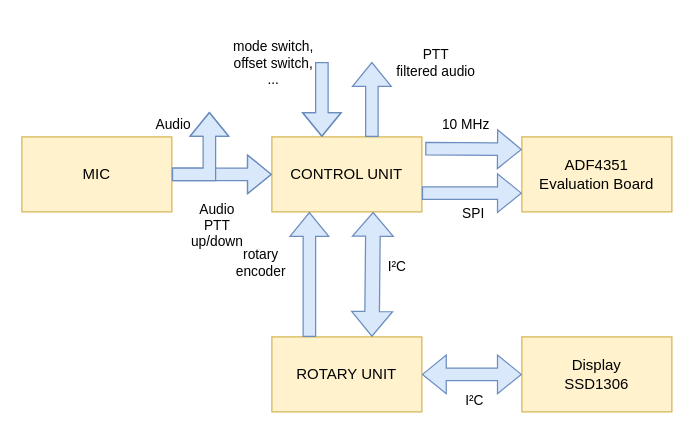
The draw.io diagram overview.drawio in michaelgroni/tr-pll7, before the edit. Source tidied: cells renumbered, new cells numbered last; positions are measured from the earlier drawing's top-left corner, leaving out a move shared by most shapes. Both pictures are drawn from the tidied source at 125%, with x=0, y=0 at pixel (21, 61).
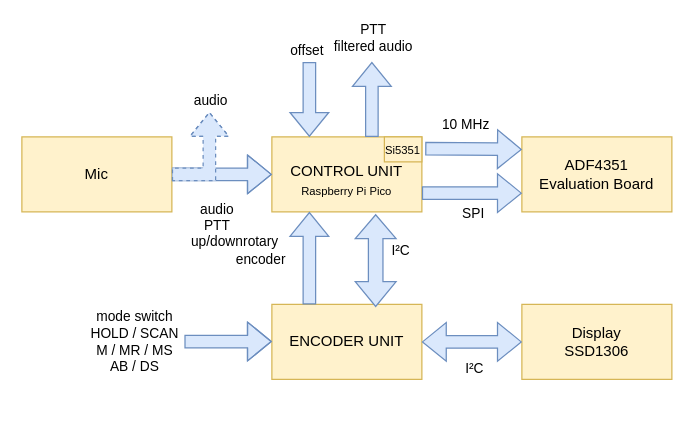
Above is the later version.

Commit message:
block diagramm updated

Unchanged cells that the change refers to:
```xml
<mxCell id="17" style="shape=flexArrow;endArrow=classic;html=1;rounded=0;exitX=1;exitY=0.5;exitDx=0;exitDy=0;entryX=0;entryY=0.5;entryDx=0;entryDy=0;fillColor=#dae8fc;strokeColor=#6c8ebf;" parent="1" edge="1" source="16" target="2">
  <mxGeometry relative="1" as="geometry">
    <Array as="points">
      <mxPoint x="160" y="90" />
      <mxPoint x="170" y="90" />
    </Array>
  </mxGeometry>
</mxCell>
<mxCell id="21" style="shape=flexArrow;endArrow=classic;html=1;rounded=0;exitX=0.167;exitY=0;exitDx=0;exitDy=0;exitPerimeter=0;fillColor=#dae8fc;strokeColor=#6c8ebf;" parent="1" edge="1">
  <mxGeometry relative="1" as="geometry">
    <mxPoint x="280" y="60" as="sourcePoint" />
    <mxPoint x="280" as="targetPoint" />
  </mxGeometry>
</mxCell>
```

The edit, as a diff of the source:
```diff
@@
-    <mxCell id="2" value="CONTROL UNIT" style="rounded=0;whiteSpace=wrap;html=1;fillColor=#fff2cc;strokeColor=#d6b656;" parent="1" vertex="1">
+    <mxCell id="2" value="CONTROL UNIT&lt;br&gt;&lt;font style=&quot;font-size: 9px;&quot;&gt;Raspberry Pi Pico&lt;/font&gt;" style="rounded=0;whiteSpace=wrap;html=1;fillColor=#fff2cc;strokeColor=#d6b656;spacingTop=10;" parent="1" vertex="1">
       <mxGeometry x="200" y="60" width="120" height="60" as="geometry" />
     </mxCell>
-    <mxCell id="3" value="ROTARY UNIT" style="rounded=0;whiteSpace=wrap;html=1;fillColor=#fff2cc;strokeColor=#d6b656;" parent="1" vertex="1">
-      <mxGeometry x="200" y="220" width="120" height="60" as="geometry" />
+    <mxCell id="3" value="ENCODER UNIT" style="rounded=0;whiteSpace=wrap;html=1;fillColor=#fff2cc;strokeColor=#d6b656;" parent="1" vertex="1">
+      <mxGeometry x="200" y="194" width="120" height="60" as="geometry" />
     </mxCell>
-    <mxCell id="4" style="shape=flexArrow;endArrow=classic;startArrow=classic;html=1;rounded=0;entryX=0.675;entryY=1;entryDx=0;entryDy=0;entryPerimeter=0;width=11.666666666666668;startSize=6.258333333333334;fillColor=#dae8fc;strokeColor=#6c8ebf;" parent="1" edge="1" target="2">
-      <mxGeometry relative="1" as="geometry">
-        <mxPoint x="280" y="220" as="sourcePoint" />
-      </mxGeometry>
+    <mxCell id="4" style="shape=flexArrow;endArrow=classic;startArrow=classic;html=1;rounded=0;width=11.666666666666668;startSize=6.258333333333334;fillColor=#dae8fc;strokeColor=#6c8ebf;exitX=0.692;exitY=0.036;exitDx=0;exitDy=0;exitPerimeter=0;entryX=0.692;entryY=1.031;entryDx=0;entryDy=0;entryPerimeter=0;" parent="1" edge="1" source="3" target="2">
+      <mxGeometry relative="1" as="geometry" />
     </mxCell>
@@
     <mxCell id="8" value="Display&lt;br&gt;SSD1306" style="rounded=0;whiteSpace=wrap;html=1;fillColor=#fff2cc;strokeColor=#d6b656;" parent="1" vertex="1">
-      <mxGeometry x="400" y="220" width="120" height="60" as="geometry" />
+      <mxGeometry x="400" y="194" width="120" height="60" as="geometry" />
     </mxCell>
@@
-    <mxCell id="16" value="MIC" style="rounded=0;whiteSpace=wrap;html=1;fillColor=#fff2cc;strokeColor=#d6b656;" parent="1" vertex="1">
+    <mxCell id="16" value="Mic" style="rounded=0;whiteSpace=wrap;html=1;fillColor=#fff2cc;strokeColor=#d6b656;" parent="1" vertex="1">
       <mxGeometry y="60" width="120" height="60" as="geometry" />
     </mxCell>
@@
-    <mxCell id="18" value="Audio&lt;br&gt;PTT&lt;div&gt;up/down&lt;/div&gt;" style="edgeLabel;html=1;align=center;verticalAlign=middle;" parent="17" vertex="1">
+    <mxCell id="18" value="audio&lt;br&gt;PTT&lt;div&gt;up/down&lt;/div&gt;" style="edgeLabel;html=1;align=center;verticalAlign=middle;" parent="17" vertex="1">
       <mxGeometry x="-0.12" y="-3" relative="1" as="geometry">
         <mxPoint y="37" as="offset" />
       </mxGeometry>
     </mxCell>
-    <mxCell id="19" style="shape=flexArrow;endArrow=classic;html=1;rounded=0;fillColor=#dae8fc;strokeColor=#6c8ebf;" parent="1" edge="1">
+    <mxCell id="19" style="shape=flexArrow;endArrow=classic;html=1;rounded=0;fillColor=#dae8fc;strokeColor=#6c8ebf;dashed=1;" parent="1" edge="1">
       <mxGeometry relative="1" as="geometry">
         <mxPoint x="120" y="90" as="sourcePoint" />
         <mxPoint x="150" y="40" as="targetPoint" />
         <Array as="points">
           <mxPoint x="150" y="90" />
         </Array>
       </mxGeometry>
     </mxCell>
-    <mxCell id="20" value="Audio" style="edgeLabel;html=1;align=center;verticalAlign=middle;" parent="19" vertex="1">
+    <mxCell id="20" value="audio" style="edgeLabel;html=1;align=center;verticalAlign=middle;" parent="19" vertex="1">
       <mxGeometry x="0.78" y="4" relative="1" as="geometry">
-        <mxPoint x="-26" as="offset" />
+        <mxPoint x="4" y="-19" as="offset" />
       </mxGeometry>
     </mxCell>
@@
     <mxCell id="22" value="PTT&lt;br&gt;filtered audio" style="edgeLabel;html=1;align=center;verticalAlign=middle;" parent="21" vertex="1">
       <mxGeometry x="0.49" y="-4" relative="1" as="geometry">
-        <mxPoint x="46" y="-15" as="offset" />
+        <mxPoint x="-4" y="-35" as="offset" />
       </mxGeometry>
     </mxCell>
-    <mxCell id="23" style="shape=flexArrow;endArrow=classic;html=1;rounded=0;exitX=0.167;exitY=0;exitDx=0;exitDy=0;exitPerimeter=0;fillColor=#dae8fc;strokeColor=#6c8ebf;" parent="1" edge="1">
+    <mxCell id="23" style="shape=flexArrow;endArrow=classic;html=1;rounded=0;fillColor=#dae8fc;strokeColor=#6c8ebf;" parent="1" edge="1">
       <mxGeometry relative="1" as="geometry">
-        <mxPoint x="240" as="sourcePoint" />
-        <mxPoint x="240" y="60" as="targetPoint" />
+        <mxPoint x="130" y="223.7" as="sourcePoint" />
+        <mxPoint x="200" y="223.7" as="targetPoint" />
         <Array as="points">
-          <mxPoint x="240" y="20" />
+          <mxPoint x="150" y="223.7" />
         </Array>
       </mxGeometry>
     </mxCell>
-    <mxCell id="24" value="mode switch,&lt;div&gt;offset switch,&lt;/div&gt;&lt;div&gt;...&lt;/div&gt;" style="edgeLabel;html=1;align=center;verticalAlign=middle;" parent="23" vertex="1">
+    <mxCell id="24" value="mode switch&lt;div&gt;HOLD / SCAN&lt;/div&gt;&lt;div&gt;M / MR / MS&lt;/div&gt;&lt;div&gt;AB / DS&lt;/div&gt;" style="edgeLabel;html=1;align=center;verticalAlign=middle;" parent="23" vertex="1">
       <mxGeometry x="0.04" y="-2" relative="1" as="geometry">
-        <mxPoint x="-38" y="-31" as="offset" />
+        <mxPoint x="-77" y="-2" as="offset" />
       </mxGeometry>
     </mxCell>
+    <mxCell id="25" style="shape=flexArrow;endArrow=classic;html=1;rounded=0;exitX=0.167;exitY=0;exitDx=0;exitDy=0;exitPerimeter=0;fillColor=#dae8fc;strokeColor=#6c8ebf;" parent="1" edge="1">
+      <mxGeometry relative="1" as="geometry">
+        <mxPoint x="230" as="sourcePoint" />
+        <mxPoint x="230" y="60" as="targetPoint" />
+      </mxGeometry>
+    </mxCell>
+    <mxCell id="26" value="offset" style="edgeLabel;html=1;align=center;verticalAlign=middle;" parent="25" vertex="1">
+      <mxGeometry x="0.05" y="-3" relative="1" as="geometry">
+        <mxPoint y="-42" as="offset" />
+      </mxGeometry>
+    </mxCell>
+    <mxCell id="27" value="&lt;font style=&quot;font-size: 9px;&quot;&gt;Si5351&lt;/font&gt;" style="rounded=0;whiteSpace=wrap;html=1;fillColor=#fff2cc;strokeColor=#d6b656;" parent="1" vertex="1">
+      <mxGeometry x="290" y="60" width="30" height="20" as="geometry" />
+    </mxCell>
```
